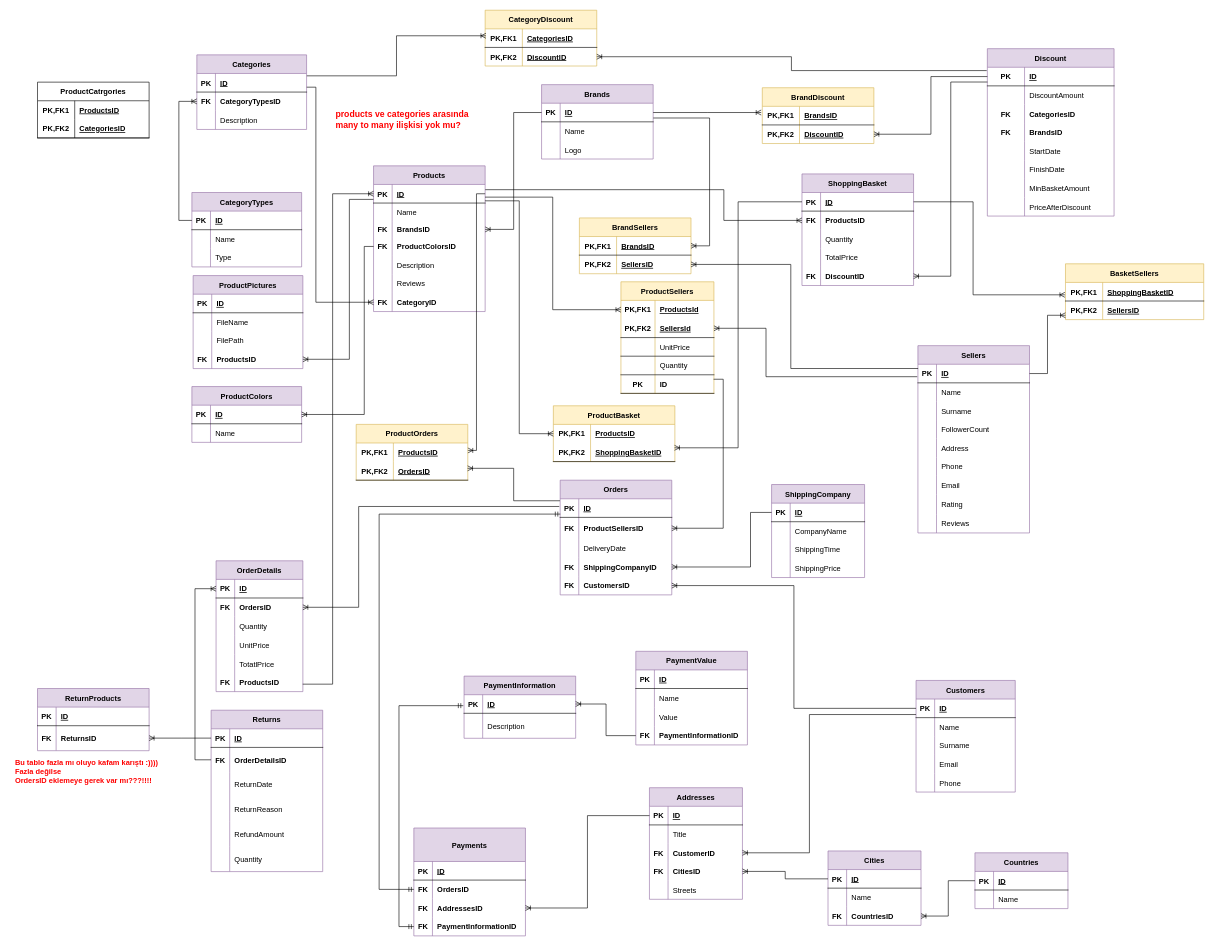
Above: Son.drawio in HandeYetisen/Python (draw.io), before the change. Source tidied: cells renumbered, new cells numbered last; positions are measured from the earlier drawing's top-left corner, leaving out a move shared by most shapes. Both pictures are drawn from the tidied source at 62%, with x=0, y=0 at pixel (10, 10).
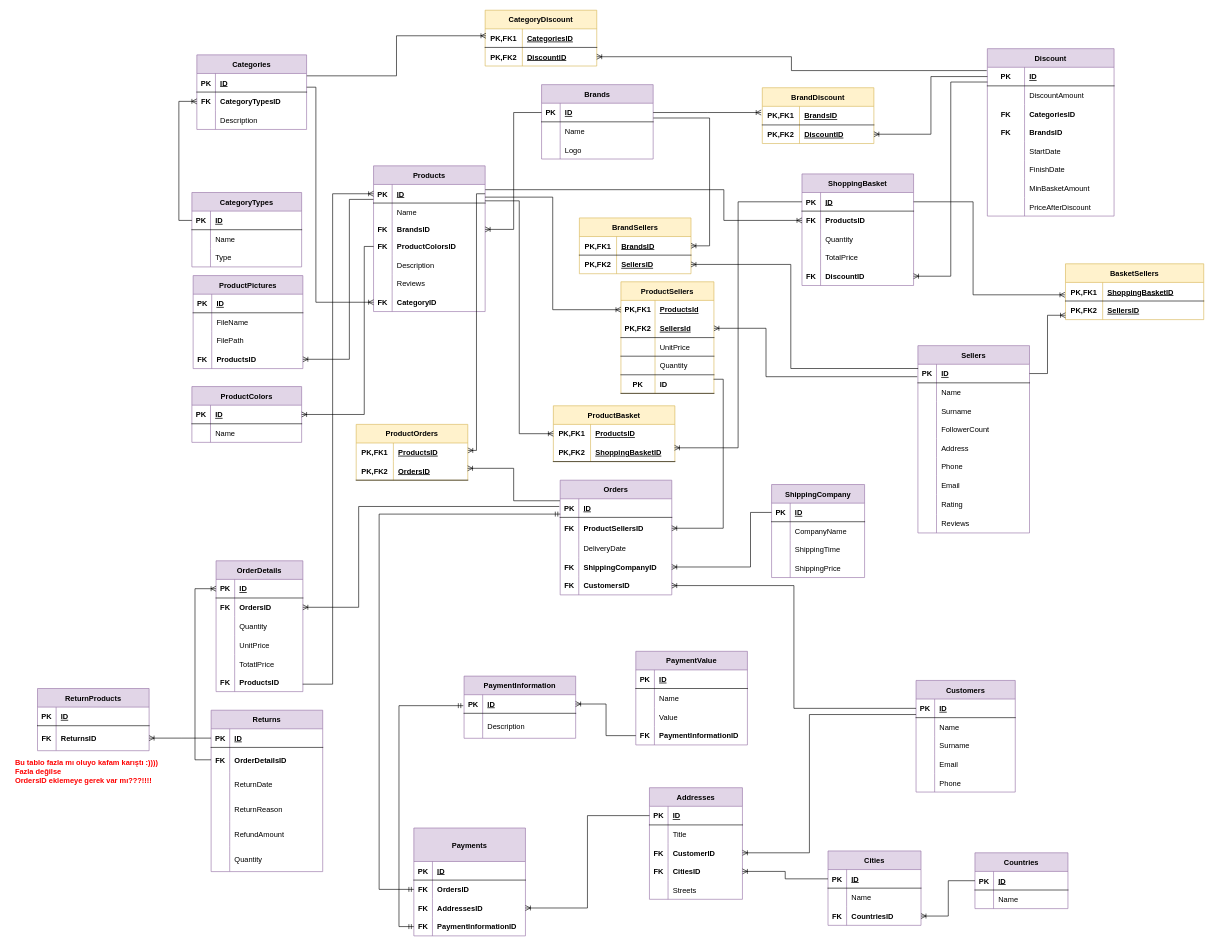
The same diagram, later.

Diff of the diagram source:
```diff
@@
-    <mxCell id="396" value="products ve categories arasında &#10;many to many ilişkisi yok mu?" style="shape=partialRectangle;fillColor=none;top=0;left=0;bottom=0;right=0;align=left;spacingLeft=6;overflow=hidden;fontStyle=1;fontColor=#FF0000;fontSize=14;" parent="1" vertex="1">
-      <mxGeometry x="517" y="145" width="249" height="61" as="geometry" />
-    </mxCell>
-    <mxCell id="397" value="ProductCatrgories" style="shape=table;startSize=30;childLayout=tableLayout;rowLines=0;fontStyle=1;align=center;fontSize=12;fontColor=#000000;" parent="1" vertex="1">
-      <mxGeometry x="44" y="116" width="180" height="90" as="geometry" />
-    </mxCell>
-    <mxCell id="398" style="shape=tableRow;horizontal=0;startSize=0;swimlaneHead=0;swimlaneBody=0;fillColor=none;top=0;left=0;right=0;bottom=0;fontSize=12;fontColor=#000000;" parent="397" vertex="1">
-      <mxGeometry y="30" width="180" height="30" as="geometry" />
-    </mxCell>
-    <mxCell id="399" value="PK,FK1" style="shape=partialRectangle;fillColor=none;top=0;left=0;bottom=0;right=0;fontStyle=1;overflow=hidden;fontSize=12;fontColor=#000000;" parent="398" vertex="1">
-      <mxGeometry width="60" height="30" as="geometry" />
-    </mxCell>
-    <mxCell id="400" value="ProductsID" style="shape=partialRectangle;fillColor=none;top=0;left=0;bottom=0;right=0;align=left;spacingLeft=6;fontStyle=5;overflow=hidden;fontSize=12;fontColor=#000000;" parent="398" vertex="1">
-      <mxGeometry x="60" width="120" height="30" as="geometry" />
-    </mxCell>
-    <mxCell id="401" style="shape=tableRow;horizontal=0;startSize=0;swimlaneHead=0;swimlaneBody=0;fillColor=none;top=0;left=0;right=0;bottom=1;fontSize=12;fontColor=#000000;" parent="397" vertex="1">
-      <mxGeometry y="60" width="180" height="30" as="geometry" />
-    </mxCell>
-    <mxCell id="402" value="PK,FK2" style="shape=partialRectangle;fillColor=none;top=0;left=0;bottom=0;right=0;fontStyle=1;overflow=hidden;fontSize=12;fontColor=#000000;" parent="401" vertex="1">
-      <mxGeometry width="60" height="30" as="geometry" />
-    </mxCell>
-    <mxCell id="403" value="CategoriesID" style="shape=partialRectangle;fillColor=none;top=0;left=0;bottom=0;right=0;align=left;spacingLeft=6;fontStyle=5;overflow=hidden;fontSize=12;fontColor=#000000;" parent="401" vertex="1">
-      <mxGeometry x="60" width="120" height="30" as="geometry" />
-    </mxCell>
```
